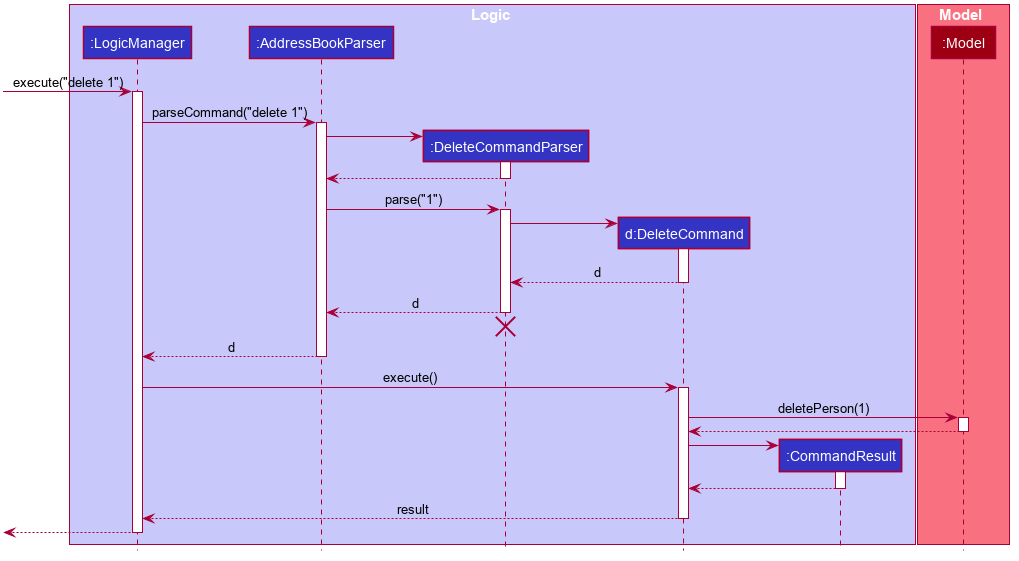
Earlier version of the PlantUML export docs/images/DeleteSequenceDiagram.png (nus-cs2103-AY1920S1/addressbook-level3).
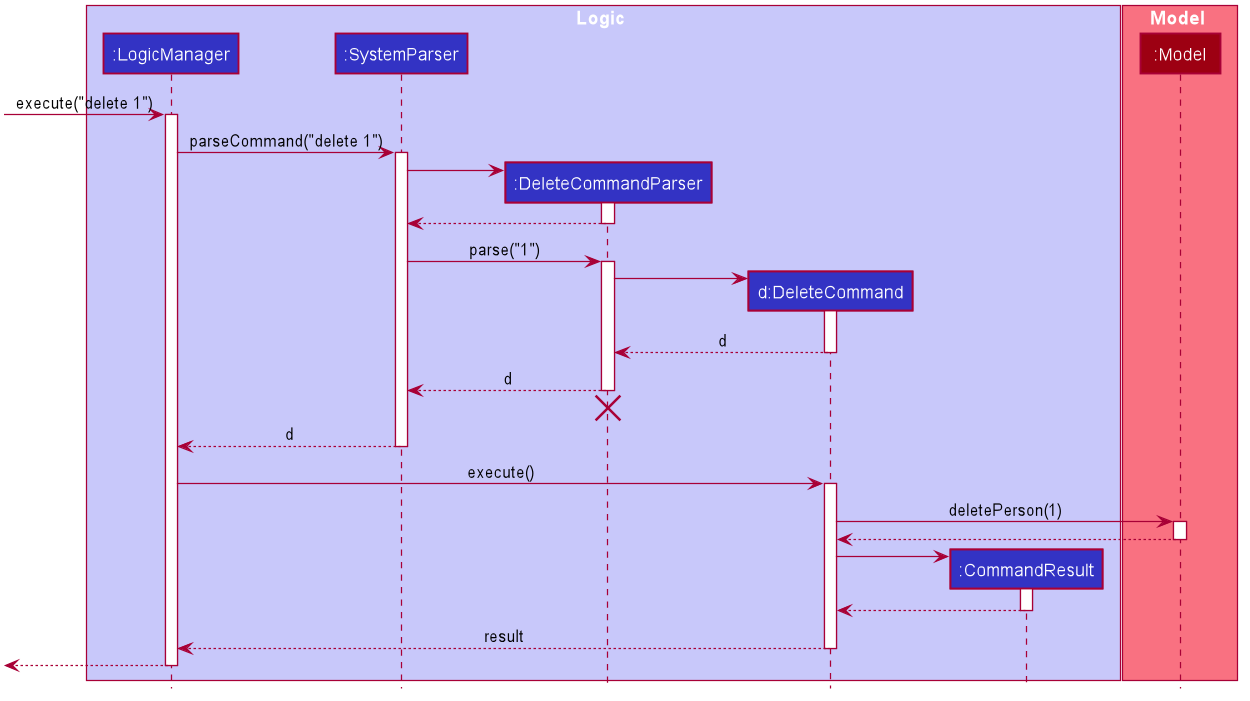
The same diagram one commit later.

The edit, as a diff of the source:
```diff
@@ -50,7 +50,7 @@
 
 box Logic #C8C8FA
 participant ":LogicManager" as LogicManager #3333C4
-participant ":AddressBookParser" as AddressBookParser #3333C4
+participant ":SystemParser" as AddressBookParser #3333C4
 participant ":DeleteCommandParser" as DeleteCommandParser #3333C4
 participant "d:DeleteCommand" as DeleteCommand #3333C4
 participant ":CommandResult" as CommandResult #3333C4
```
